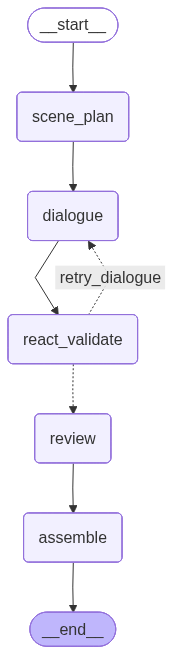
The Mermaid diagram docs/agent_graphs/script_langgraph_agent.png in yfge/ai-video-studio, before a commit. Its source is kept beside it as docs/agent_graphs/script_langgraph_agent.mmd. Its diagram source:
```mermaid
---
config:
  flowchart:
    curve: linear
---
graph TD;
	__start__([<p>__start__</p>]):::first
	scene_plan(scene_plan)
	dialogue(dialogue)
	react_validate(react_validate)
	review(review)
	assemble(assemble)
	__end__([<p>__end__</p>]):::last
	__start__ --> scene_plan;
	dialogue --> react_validate;
	react_validate -. &nbsp;retry_dialogue&nbsp; .-> dialogue;
	react_validate -.-> review;
	review --> assemble;
	scene_plan --> dialogue;
	assemble --> __end__;
	classDef default fill:#f2f0ff,line-height:1.2
	classDef first fill-opacity:0
	classDef last fill:#bfb6fc
```
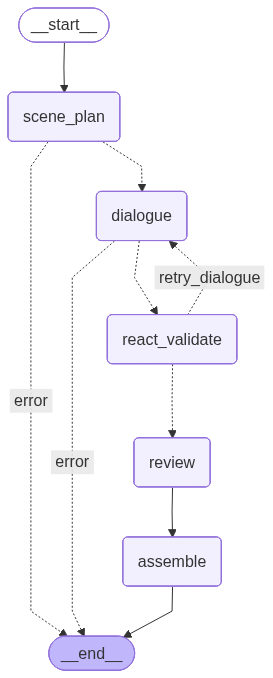
The same file after the commit.

Diff of the diagram source:
```diff
@@ -12,11 +12,13 @@
 	assemble(assemble)
 	__end__([<p>__end__</p>]):::last
 	__start__ --> scene_plan;
-	dialogue --> react_validate;
+	dialogue -. &nbsp;error&nbsp; .-> __end__;
+	dialogue -.-> react_validate;
 	react_validate -. &nbsp;retry_dialogue&nbsp; .-> dialogue;
 	react_validate -.-> review;
 	review --> assemble;
-	scene_plan --> dialogue;
+	scene_plan -. &nbsp;error&nbsp; .-> __end__;
+	scene_plan -.-> dialogue;
 	assemble --> __end__;
 	classDef default fill:#f2f0ff,line-height:1.2
 	classDef first fill-opacity:0
```
